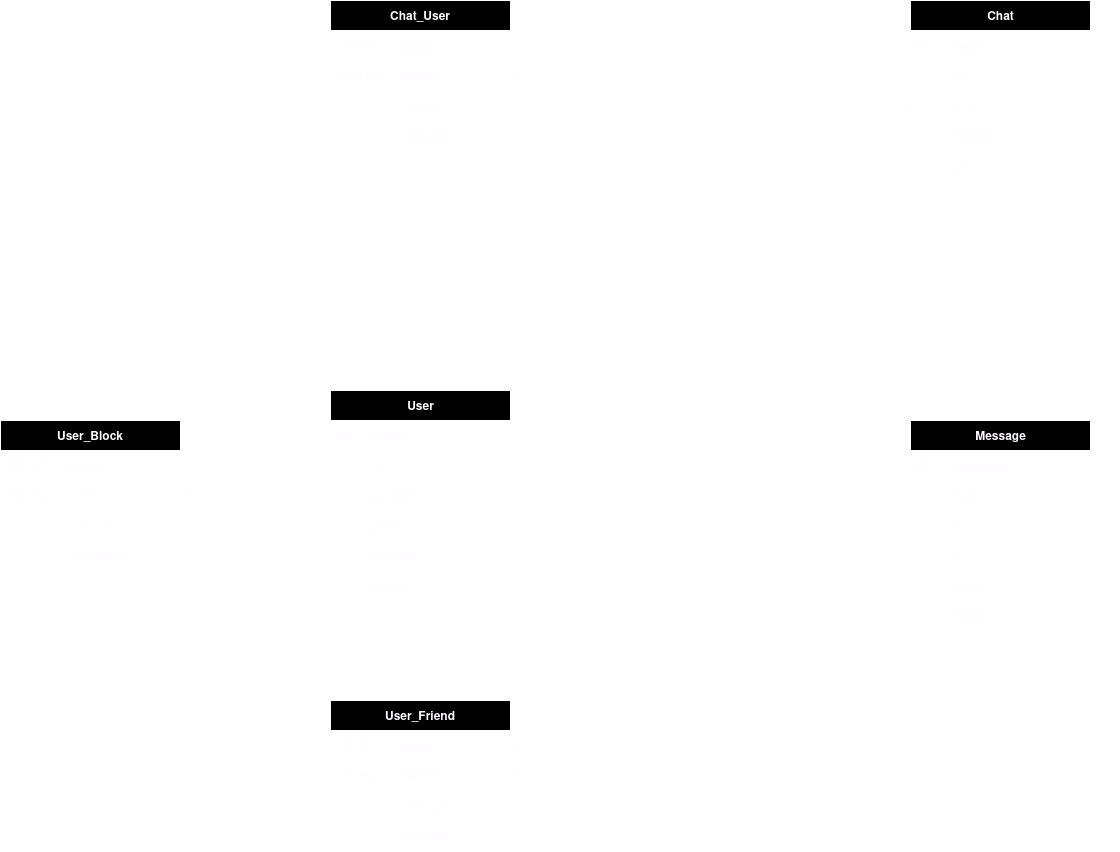
Earlier version of the draw.io export prototipation/logico.png (Leonardo-Luz/social-media-app-college-project). Source tidied: cells renumbered, new cells last; positions are measured from the earlier drawing's top-left corner, leaving out a move shared by most shapes.
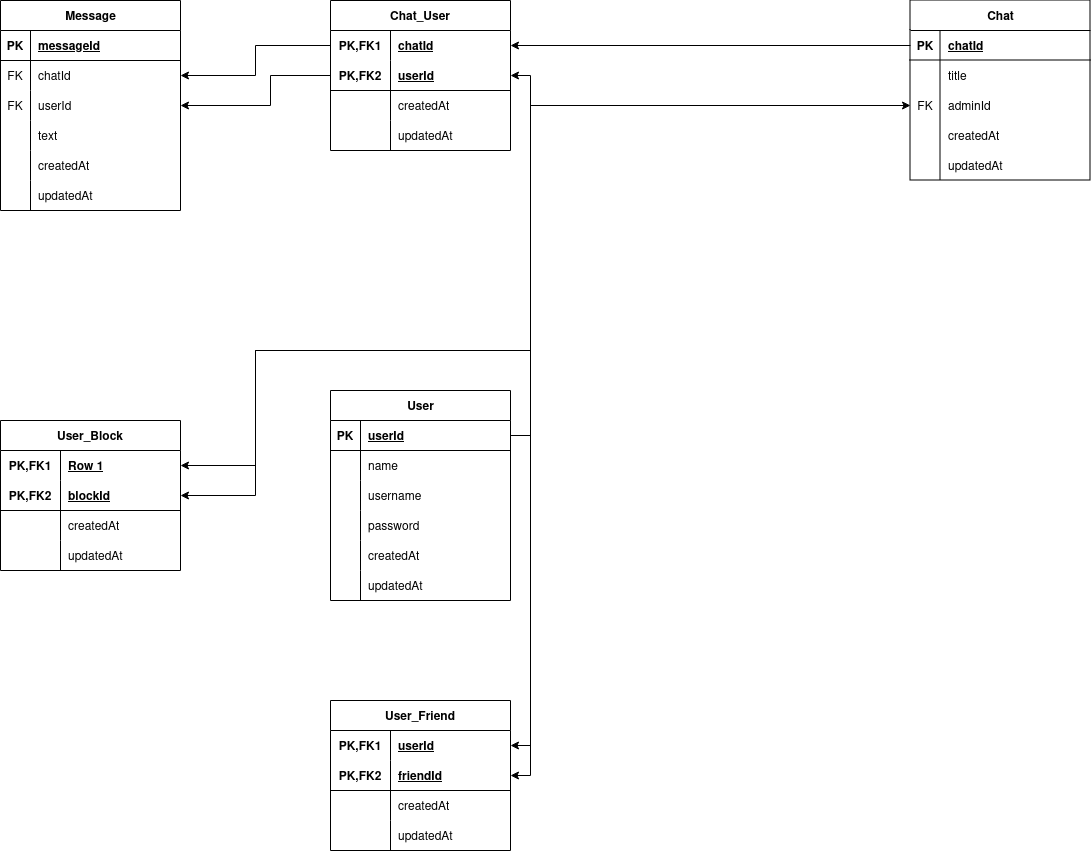
The same diagram one commit later.

Commit message:
[refactor] changed conceptual and logic database models

What changed in the source:
```diff
@@ -51,7 +51,7 @@
       <mxGeometry x="30" width="150" height="30" as="geometry" />
     </mxCell>
     <mxCell id="18" value="Message" style="shape=table;startSize=30;rowLines=0;fontStyle=1;align=center;html=1;" parent="1" vertex="1">
-      <mxGeometry x="910" y="420" width="180" height="210" as="geometry" />
+      <mxGeometry width="180" height="210" as="geometry" />
     </mxCell>
     <mxCell id="19" style="shape=tableRow;horizontal=0;startSize=0;swimlaneHead=0;swimlaneBody=0;fillColor=none;top=0;left=0;right=0;bottom=1;" parent="18" vertex="1">
       <mxGeometry y="30" width="180" height="30" as="geometry" />
@@ -321,16 +321,16 @@
         </Array>
       </mxGeometry>
     </mxCell>
-    <mxCell id="102" style="edgeStyle=orthogonalEdgeStyle;rounded=0;jettySize=auto;html=1;exitX=1;exitY=0.5;exitDx=0;exitDy=0;" parent="1" edge="1" source="51" target="25">
-      <mxGeometry relative="1" as="geometry">
-        <Array as="points">
-          <mxPoint x="530" y="435" />
-          <mxPoint x="530" y="525" />
-        </Array>
-      </mxGeometry>
-    </mxCell>
-    <mxCell id="103" style="edgeStyle=orthogonalEdgeStyle;rounded=0;jettySize=auto;html=1;exitX=1;exitY=0.5;exitDx=0;exitDy=0;entryX=1;entryY=0.5;entryDx=0;entryDy=0;" parent="1" edge="1" source="3" target="22">
-      <mxGeometry relative="1" as="geometry" />
-    </mxCell>
+    <mxCell id="104" style="edgeStyle=orthogonalEdgeStyle;rounded=0;jettySize=auto;html=1;exitX=0;exitY=0.5;exitDx=0;exitDy=0;entryX=1;entryY=0.5;entryDx=0;entryDy=0;" parent="1" edge="1" source="38" target="22">
+      <mxGeometry relative="1" as="geometry" />
+    </mxCell>
+    <mxCell id="105" style="edgeStyle=orthogonalEdgeStyle;rounded=0;jettySize=auto;html=1;exitX=0;exitY=0.5;exitDx=0;exitDy=0;entryX=1;entryY=0.5;entryDx=0;entryDy=0;" parent="1" edge="1" source="41" target="25">
+      <mxGeometry relative="1" as="geometry">
+        <Array as="points">
+          <mxPoint x="270" y="75" />
+          <mxPoint x="270" y="105" />
+        </Array>
+      </mxGeometry>
+    </mxCell>
   </root>
 </mxGraphModel>
```
